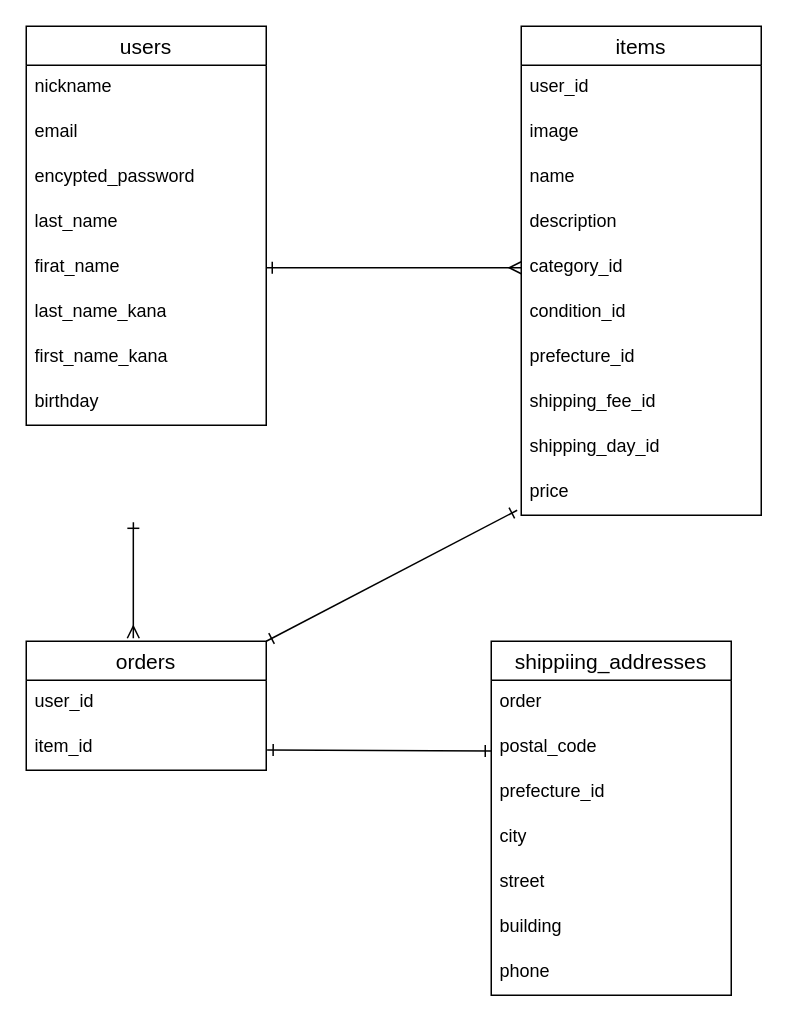
Before: ER.dio in mipei02091218/furima-41811-, a draw.io diagram. Source tidied: cells renumbered, new cells numbered last; positions are measured from the earlier drawing's top-left corner, leaving out a move shared by most shapes. Both pictures are drawn from the tidied source at 150%, with x=0, y=0 at pixel (26, 26).
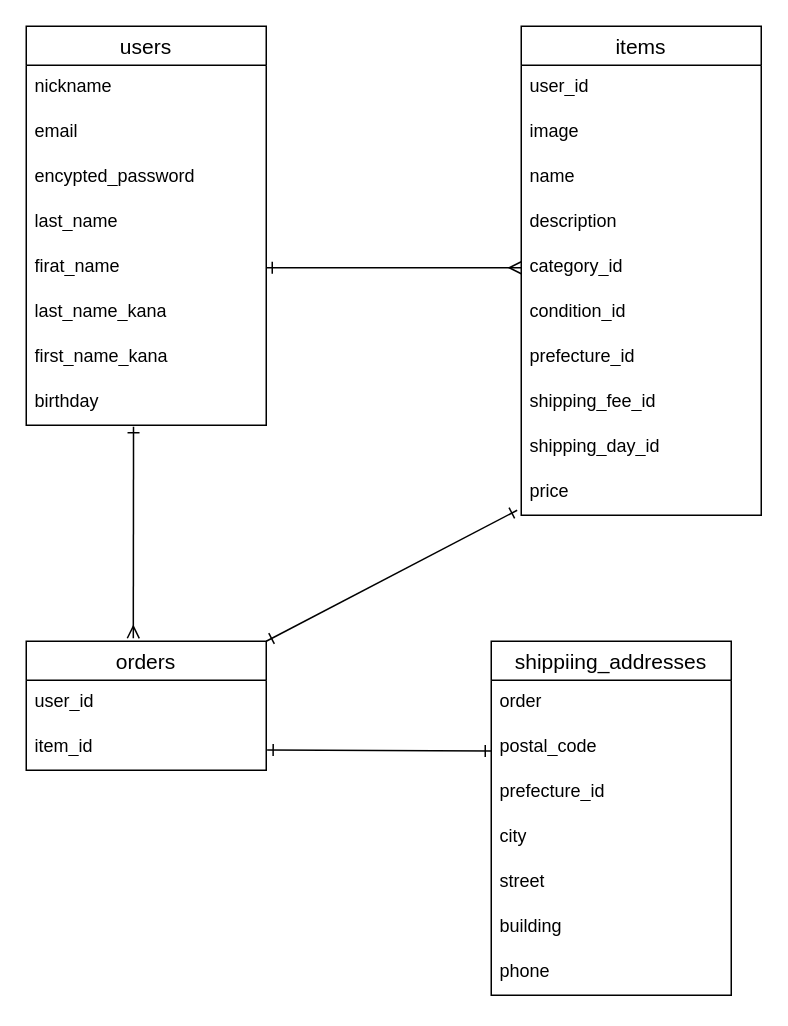
The same page after the edit.

Unchanged cells that the change refers to:
```xml
<mxCell id="10" value="birthday" style="text;strokeColor=none;fillColor=none;spacingLeft=4;spacingRight=4;overflow=hidden;points=[[0,0.5],[1,0.5]];portConstraint=eastwest;fontSize=12;whiteSpace=wrap;html=1;" parent="2" vertex="1">
  <mxGeometry y="236" width="160" height="30" as="geometry" />
</mxCell>
<mxCell id="22" value="orders" style="swimlane;fontStyle=0;horizontal=1;startSize=26;align=center;fontSize=14;" parent="1" vertex="1">
  <mxGeometry y="410" width="160" height="86" as="geometry" />
</mxCell>
```

What changed in the source:
```diff
@@
-    <mxCell id="36" style="endArrow=ERmany;html=1;rounded=0;entryX=0.446;entryY=-0.023;entryDx=0;entryDy=0;entryPerimeter=0;exitX=0.446;exitY=1.156;exitDx=0;exitDy=0;exitPerimeter=0;startArrow=ERone;startFill=0;endFill=0;" parent="1" edge="1" target="22">
-      <mxGeometry relative="1" as="geometry">
-        <mxPoint x="71.4" y="330.7" as="sourcePoint" />
-      </mxGeometry>
+    <mxCell id="36" style="endArrow=ERmany;html=1;rounded=0;entryX=0.446;entryY=-0.023;entryDx=0;entryDy=0;entryPerimeter=0;exitX=0.447;exitY=1.033;exitDx=0;exitDy=0;exitPerimeter=0;startArrow=ERone;startFill=0;endFill=0;" parent="1" edge="1" source="10" target="22">
+      <mxGeometry relative="1" as="geometry" />
     </mxCell>
```
